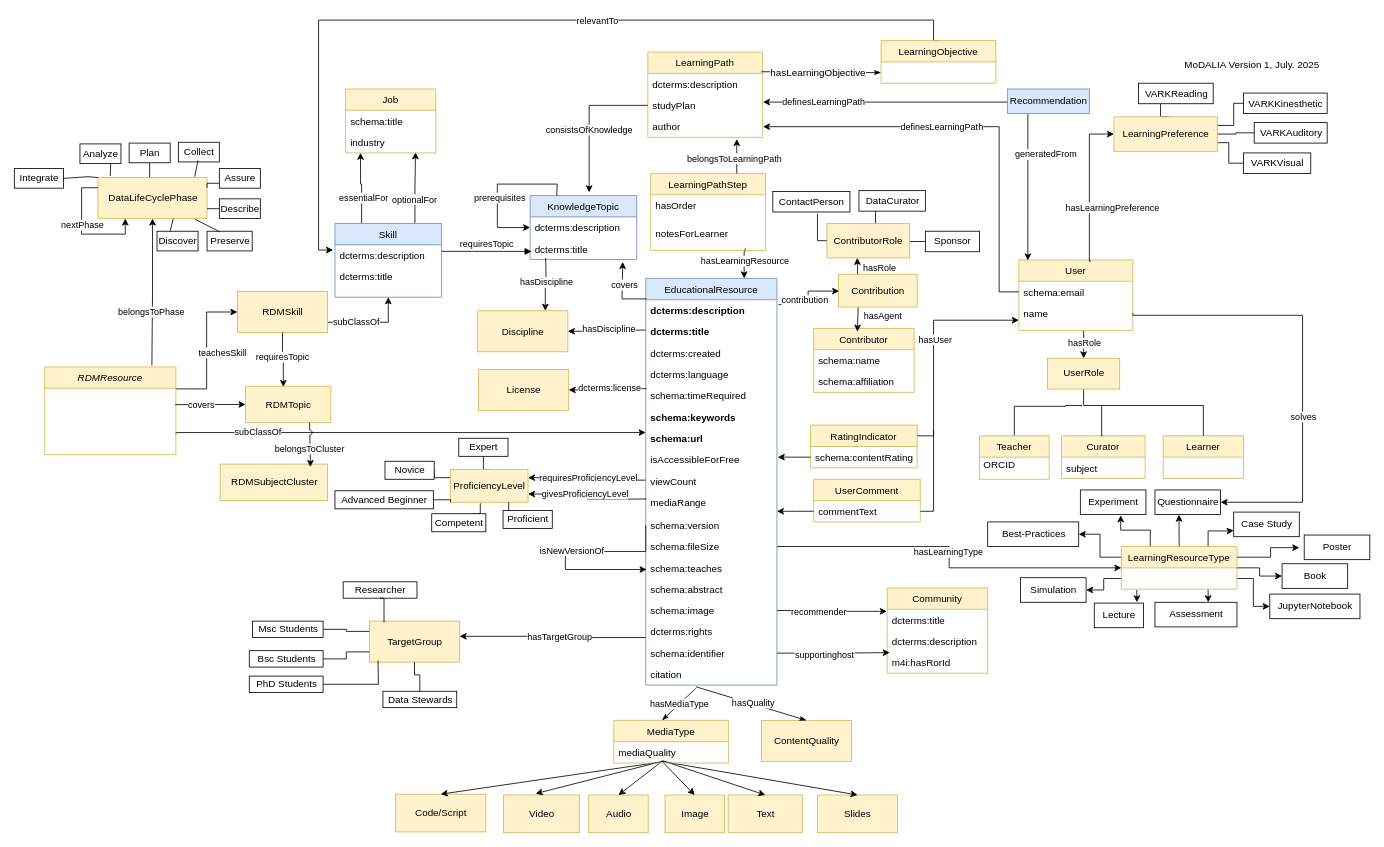
Earlier version of the draw.io diagram visualisations/Modalia_v1_Jul25.drawio (data-literacy-alliance/dalia-ontology). Source tidied: cells renumbered, new cells numbered last; positions are measured from the earlier drawing's top-left corner, leaving out a move shared by most shapes. Both pictures are drawn from the tidied source at 82%, with x=0, y=0 at pixel (14, 20).
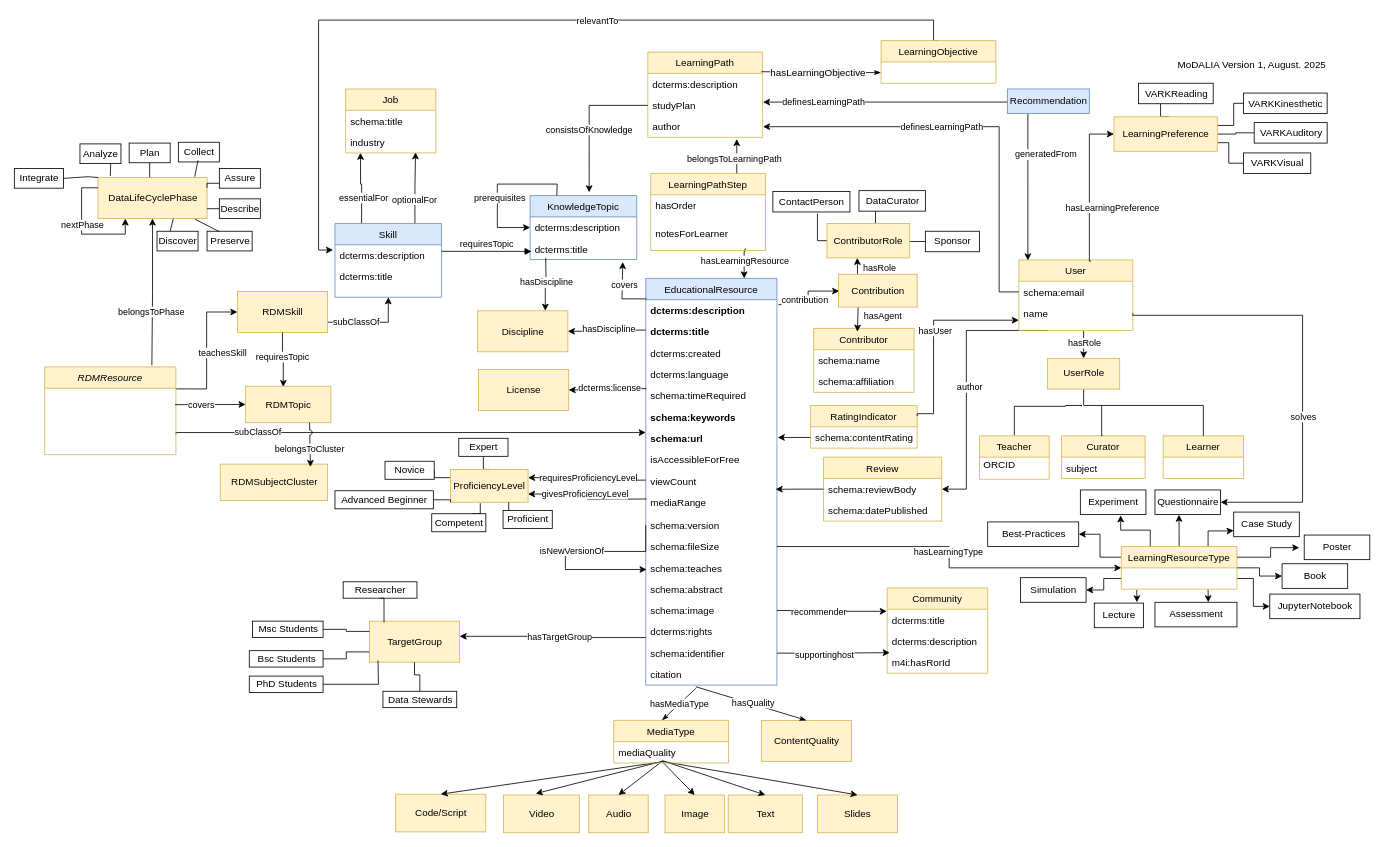
After the change.

The change refers to these unchanged cells:
```xml
<mxCell id="15" value="User" style="swimlane;fontStyle=0;align=center;verticalAlign=top;horizontal=1;startSize=26;rounded=0;shadow=0;strokeWidth=1;fillColor=#fff2cc;strokeColor=#d6b656;" parent="1" vertex="1">
  <mxGeometry x="1225" y="292.5" width="139" height="86" as="geometry" />
</mxCell>
<mxCell id="17" value="name" style="text;align=left;verticalAlign=top;spacingLeft=4;spacingRight=4;overflow=hidden;points=[[0,0.5],[1,0.5]];portConstraint=eastwest;rounded=0;shadow=0;html=0;" parent="15" vertex="1">
  <mxGeometry y="52" width="139" height="26" as="geometry" />
</mxCell>
<mxCell id="27" value="viewCount" style="text;align=left;verticalAlign=top;spacingLeft=4;spacingRight=4;overflow=hidden;points=[[0,0.5],[1,0.5]];portConstraint=eastwest;rounded=0;shadow=0;html=0;" parent="18" vertex="1">
  <mxGeometry y="234" width="160" height="26" as="geometry" />
</mxCell>
<mxCell id="99" value="schema:contentRating" style="text;strokeColor=none;fillColor=none;align=left;verticalAlign=top;spacingLeft=4;spacingRight=4;overflow=hidden;points=[[0,0.5],[1,0.5]];portConstraint=eastwest;" parent="98" vertex="1">
  <mxGeometry y="26" width="130" height="26" as="geometry" />
</mxCell>
```

What changed in the source:
```diff
@@
+    <mxCell id="241" style="edgeStyle=orthogonalEdgeStyle;rounded=0;jettySize=auto;html=1;exitX=0.25;exitY=1;exitDx=0;exitDy=0;entryX=1;entryY=0.5;entryDx=0;entryDy=0;" parent="1" edge="1" source="15" target="244">
+      <mxGeometry relative="1" as="geometry">
+        <Array as="points">
+          <mxPoint x="1161" y="379" />
+          <mxPoint x="1161" y="572" />
+        </Array>
+      </mxGeometry>
+    </mxCell>
+    <mxCell id="242" value="author" style="edgeLabel;html=1;align=center;verticalAlign=middle;" parent="241" vertex="1">
+      <mxGeometry x="0.04" y="3" relative="1" as="geometry" />
+    </mxCell>
@@
     <mxCell id="98" value="RatingIndicator" style="swimlane;fontStyle=0;horizontal=1;startSize=26;fillColor=#fff2cc;strokeColor=#d6b656;" parent="1" vertex="1">
-      <mxGeometry x="971" y="494" width="130" height="52" as="geometry" />
+      <mxGeometry x="971" y="470" width="130" height="52" as="geometry" />
     </mxCell>
@@
     <mxCell id="100" style="edgeStyle=orthogonalEdgeStyle;rounded=0;jumpStyle=arc;jettySize=auto;html=1;entryX=0;entryY=0.827;entryDx=0;entryDy=0;entryPerimeter=0;exitX=1;exitY=0.25;exitDx=0;exitDy=0;" parent="1" edge="1" source="98" target="17">
       <mxGeometry relative="1" as="geometry">
         <Array as="points">
-          <mxPoint x="1121" y="507" />
+          <mxPoint x="1101" y="480" />
+          <mxPoint x="1121" y="480" />
           <mxPoint x="1121" y="366" />
         </Array>
       </mxGeometry>
     </mxCell>
@@
     <mxCell id="102" style="edgeStyle=orthogonalEdgeStyle;rounded=0;jumpStyle=arc;jettySize=auto;html=1;exitX=0;exitY=0.5;exitDx=0;exitDy=0;" parent="1" edge="1" source="99">
       <mxGeometry relative="1" as="geometry">
-        <mxPoint x="931" y="533" as="targetPoint" />
+        <mxPoint x="931" y="509" as="targetPoint" />
       </mxGeometry>
     </mxCell>
@@
-    <mxCell id="174" value="MoDALIA Version 1, July. 2025" style="text;html=1;strokeColor=none;fillColor=none;align=center;verticalAlign=middle;whiteSpace=wrap;rounded=0;" parent="1" vertex="1">
+    <mxCell id="174" value="MoDALIA Version 1, August. 2025" style="text;html=1;strokeColor=none;fillColor=none;align=center;verticalAlign=middle;whiteSpace=wrap;rounded=0;" parent="1" vertex="1">
       <mxGeometry x="1418" y="40" width="183" height="30" as="geometry" />
     </mxCell>
@@
-    <mxCell id="204" value="UserComment" style="swimlane;fontStyle=0;horizontal=1;startSize=26;fillColor=#fff2cc;strokeColor=#d6b656;" parent="1" vertex="1">
-      <mxGeometry x="974.8" y="560" width="130" height="52" as="geometry" />
-    </mxCell>
-    <mxCell id="205" style="edgeStyle=orthogonalEdgeStyle;rounded=0;jettySize=auto;html=1;exitX=1;exitY=0.5;exitDx=0;exitDy=0;endArrow=none;endFill=0;" parent="204" edge="1" source="206">
-      <mxGeometry relative="1" as="geometry">
-        <mxPoint x="146.2" y="-60" as="targetPoint" />
-        <Array as="points">
-          <mxPoint x="146" y="39" />
-        </Array>
-      </mxGeometry>
-    </mxCell>
-    <mxCell id="206" value="commentText" style="text;strokeColor=none;fillColor=none;align=left;verticalAlign=top;spacingLeft=4;spacingRight=4;overflow=hidden;points=[[0,0.5],[1,0.5]];portConstraint=eastwest;" parent="204" vertex="1">
-      <mxGeometry y="26" width="130" height="26" as="geometry" />
-    </mxCell>
-    <mxCell id="207" style="edgeStyle=orthogonalEdgeStyle;rounded=0;jettySize=auto;html=1;exitX=0;exitY=0.5;exitDx=0;exitDy=0;entryX=1;entryY=0.5;entryDx=0;entryDy=0;" parent="1" edge="1" source="206">
-      <mxGeometry relative="1" as="geometry">
-        <mxPoint x="930" y="599" as="targetPoint" />
-      </mxGeometry>
-    </mxCell>
@@
+    <mxCell id="243" value="Review" style="swimlane;fontStyle=0;horizontal=1;startSize=26;fillColor=#fff2cc;strokeColor=#d6b656;" parent="1" vertex="1">
+      <mxGeometry x="986.8" y="533" width="144.2" height="78" as="geometry" />
+    </mxCell>
+    <mxCell id="244" value="schema:reviewBody" style="text;strokeColor=none;fillColor=none;align=left;verticalAlign=top;spacingLeft=4;spacingRight=4;overflow=hidden;points=[[0,0.5],[1,0.5]];portConstraint=eastwest;" parent="243" vertex="1">
+      <mxGeometry y="26" width="144.2" height="26" as="geometry" />
+    </mxCell>
+    <mxCell id="245" value="schema:datePublished" style="text;strokeColor=none;fillColor=none;align=left;verticalAlign=top;spacingLeft=4;spacingRight=4;overflow=hidden;" parent="243" vertex="1">
+      <mxGeometry y="52" width="144.2" height="26" as="geometry" />
+    </mxCell>
+    <mxCell id="246" style="edgeStyle=orthogonalEdgeStyle;rounded=0;jettySize=auto;html=1;exitX=0;exitY=0.5;exitDx=0;exitDy=0;entryX=0.99;entryY=0.892;entryDx=0;entryDy=0;entryPerimeter=0;" parent="1" edge="1" source="244" target="27">
+      <mxGeometry relative="1" as="geometry" />
+    </mxCell>
```
